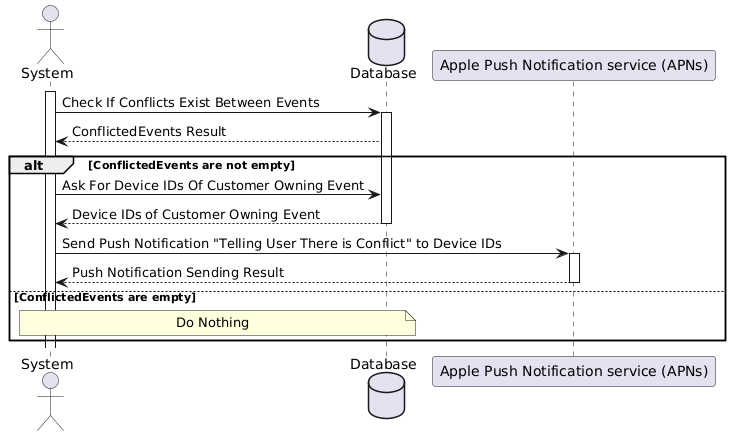
Earlier version of the PlantUML export docs/gp1/images/docs/diagrams/sequence-diagrams/all-sequence-diagrams/Suggest Conflict Resolutions.png (jadwalapp/symmetrical-spoon).
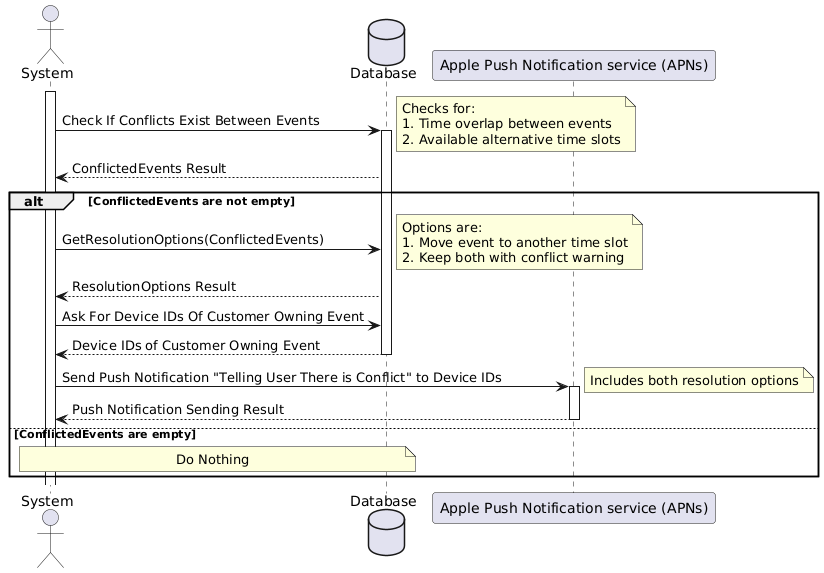
After the change.

Commit message:
add descriptiona dn enahnce sequence of conflciting

The edit, as a diff of the source:
```diff
@@ -6,12 +6,29 @@
 activate System
 
 System -> Database ++ : Check If Conflicts Exist Between Events
+note right
+  Checks for:
+  1. Time overlap between events
+  2. Available alternative time slots
+end note
 Database --> System : ConflictedEvents Result
+
 alt ConflictedEvents are not empty
+    System -> Database : GetResolutionOptions(ConflictedEvents)
+    note right
+      Options are:
+      1. Move event to another time slot
+      2. Keep both with conflict warning
+    end note
+    Database --> System : ResolutionOptions Result
+
     System -> Database : Ask For Device IDs Of Customer Owning Event
     Database --> System -- : Device IDs of Customer Owning Event
+
     System -> APN ++ : Send Push Notification "Telling User There is Conflict" to Device IDs
+    note right: Includes both resolution options
     APN --> System -- : Push Notification Sending Result
+
 else ConflictedEvents are empty
     note over System, Database : Do Nothing
 end
```
